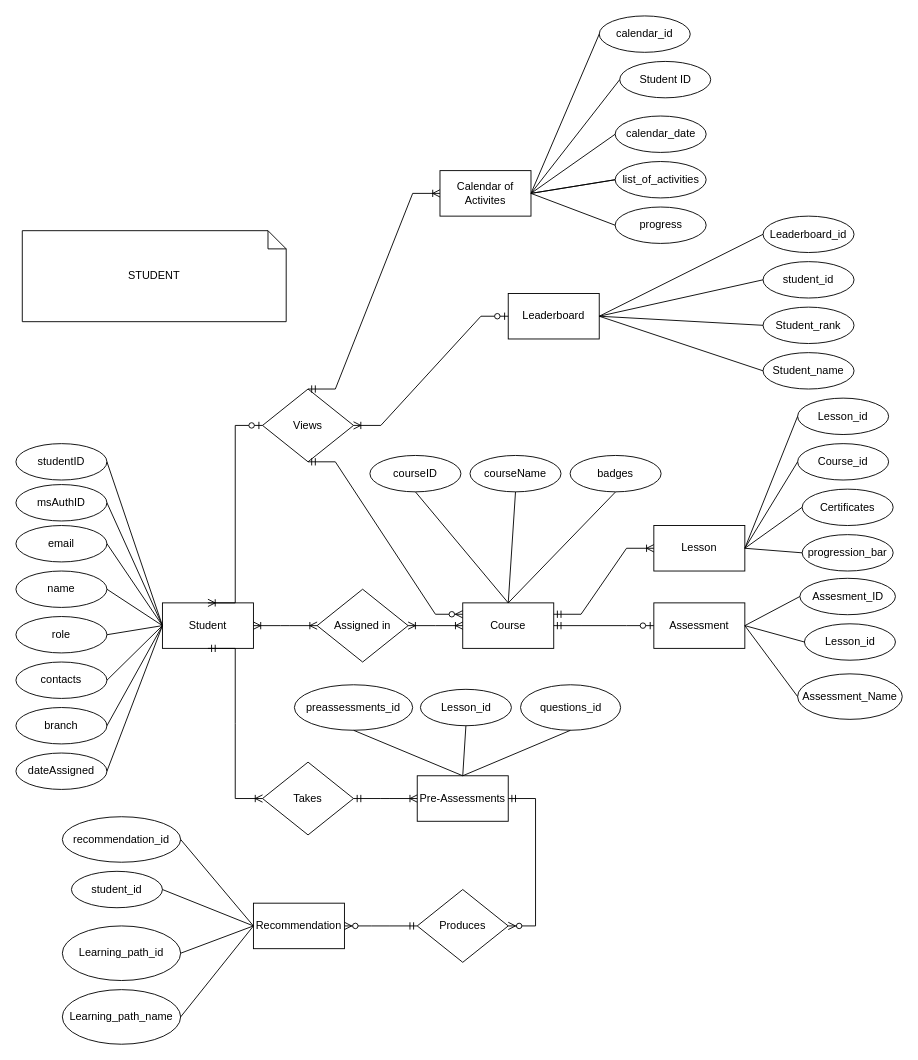
Earlier version of the draw.io diagram page "Page-3" (1 of 3) of SL-Activities/Task121/.drawio (rnrhltn/javanc3uc1). Source tidied: cells renumbered, new cells numbered last; positions are measured from the earlier drawing's top-left corner, leaving out a move shared by most shapes. Both pictures are drawn from the tidied source at 91%, with x=0, y=0 at pixel (15, 15).
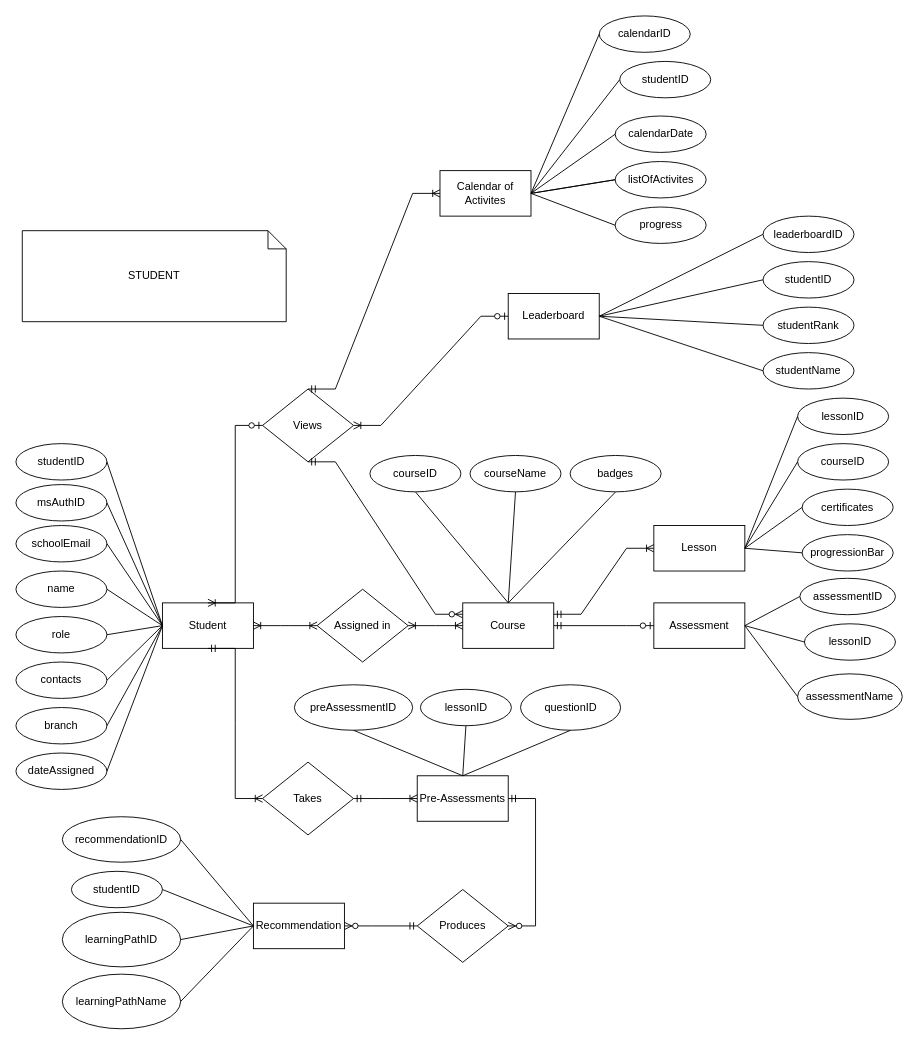
After the change.

What changed in the source:
```diff
@@
-    <mxCell id="5" value="email" style="ellipse;whiteSpace=wrap;html=1;align=center;" parent="1" vertex="1">
+    <mxCell id="5" value="schoolEmail" style="ellipse;whiteSpace=wrap;html=1;align=center;" parent="1" vertex="1">
       <mxGeometry y="560" width="100" height="40" as="geometry" />
     </mxCell>
@@
-    <mxCell id="34" value="Assesment_ID" style="ellipse;whiteSpace=wrap;html=1;align=center;" parent="1" vertex="1">
+    <mxCell id="34" value="assessmentID" style="ellipse;whiteSpace=wrap;html=1;align=center;" parent="1" vertex="1">
       <mxGeometry x="861.5" y="618" width="105" height="40" as="geometry" />
     </mxCell>
-    <mxCell id="35" value="Assessment_Name" style="ellipse;whiteSpace=wrap;html=1;align=center;" parent="1" vertex="1">
+    <mxCell id="35" value="assessmentName" style="ellipse;whiteSpace=wrap;html=1;align=center;" parent="1" vertex="1">
       <mxGeometry x="859" y="723" width="115" height="50" as="geometry" />
     </mxCell>
@@
-    <mxCell id="42" value="Learning_path_name" style="ellipse;whiteSpace=wrap;html=1;align=center;" parent="1" vertex="1">
-      <mxGeometry x="51" y="1070" width="130" height="60" as="geometry" />
+    <mxCell id="42" value="learningPathName" style="ellipse;whiteSpace=wrap;html=1;align=center;" parent="1" vertex="1">
+      <mxGeometry x="51" y="1053" width="130" height="60" as="geometry" />
     </mxCell>
-    <mxCell id="43" value="recommendation_id" style="ellipse;whiteSpace=wrap;html=1;align=center;" parent="1" vertex="1">
+    <mxCell id="43" value="recommendationID" style="ellipse;whiteSpace=wrap;html=1;align=center;" parent="1" vertex="1">
       <mxGeometry x="51" y="880" width="130" height="50" as="geometry" />
     </mxCell>
@@
-    <mxCell id="48" value="Certificates" style="ellipse;whiteSpace=wrap;html=1;align=center;" parent="1" vertex="1">
+    <mxCell id="48" value="certificates" style="ellipse;whiteSpace=wrap;html=1;align=center;" parent="1" vertex="1">
       <mxGeometry x="864" y="520" width="100" height="40" as="geometry" />
     </mxCell>
-    <mxCell id="49" value="Lesson_id" style="ellipse;whiteSpace=wrap;html=1;align=center;" parent="1" vertex="1">
+    <mxCell id="49" value="lessonID" style="ellipse;whiteSpace=wrap;html=1;align=center;" parent="1" vertex="1">
       <mxGeometry x="859" y="420" width="100" height="40" as="geometry" />
     </mxCell>
@@
-    <mxCell id="57" value="Student_rank" style="ellipse;whiteSpace=wrap;html=1;align=center;" parent="1" vertex="1">
+    <mxCell id="57" value="studentRank" style="ellipse;whiteSpace=wrap;html=1;align=center;" parent="1" vertex="1">
       <mxGeometry x="821" y="320" width="100" height="40" as="geometry" />
     </mxCell>
-    <mxCell id="58" value="Student_name" style="ellipse;whiteSpace=wrap;html=1;align=center;" parent="1" vertex="1">
+    <mxCell id="58" value="studentName" style="ellipse;whiteSpace=wrap;html=1;align=center;" parent="1" vertex="1">
       <mxGeometry x="821" y="370" width="100" height="40" as="geometry" />
     </mxCell>
-    <mxCell id="59" value="student_id" style="ellipse;whiteSpace=wrap;html=1;align=center;" parent="1" vertex="1">
+    <mxCell id="59" value="studentID" style="ellipse;whiteSpace=wrap;html=1;align=center;" parent="1" vertex="1">
       <mxGeometry x="821" y="270" width="100" height="40" as="geometry" />
     </mxCell>
@@
-    <mxCell id="64" value="calendar_date" style="ellipse;whiteSpace=wrap;html=1;align=center;" parent="1" vertex="1">
+    <mxCell id="64" value="calendarDate" style="ellipse;whiteSpace=wrap;html=1;align=center;" parent="1" vertex="1">
       <mxGeometry x="658.5" y="110" width="100" height="40" as="geometry" />
     </mxCell>
@@
-    <mxCell id="70" value="progression_bar" style="ellipse;whiteSpace=wrap;html=1;align=center;" parent="1" vertex="1">
+    <mxCell id="70" value="progressionBar" style="ellipse;whiteSpace=wrap;html=1;align=center;" parent="1" vertex="1">
       <mxGeometry x="864" y="570" width="100" height="40" as="geometry" />
     </mxCell>
@@
-    <mxCell id="73" value="list_of_activities" style="ellipse;whiteSpace=wrap;html=1;align=center;" parent="1" vertex="1">
+    <mxCell id="73" value="listOfActivites" style="ellipse;whiteSpace=wrap;html=1;align=center;" parent="1" vertex="1">
       <mxGeometry x="658.5" y="160" width="100" height="40" as="geometry" />
     </mxCell>
-    <mxCell id="74" value="preassessments_id" style="ellipse;whiteSpace=wrap;html=1;align=center;" parent="1" vertex="1">
+    <mxCell id="74" value="preAssessmentID" style="ellipse;whiteSpace=wrap;html=1;align=center;" parent="1" vertex="1">
       <mxGeometry x="306" y="735" width="130" height="50" as="geometry" />
     </mxCell>
@@
-    <mxCell id="76" value="Course_id" style="ellipse;whiteSpace=wrap;html=1;align=center;" parent="1" vertex="1">
+    <mxCell id="76" value="courseID" style="ellipse;whiteSpace=wrap;html=1;align=center;" parent="1" vertex="1">
       <mxGeometry x="859" y="470" width="100" height="40" as="geometry" />
     </mxCell>
-    <mxCell id="77" value="Student ID" style="ellipse;whiteSpace=wrap;html=1;align=center;" parent="1" vertex="1">
+    <mxCell id="77" value="studentID" style="ellipse;whiteSpace=wrap;html=1;align=center;" parent="1" vertex="1">
       <mxGeometry x="663.5" y="50" width="100" height="40" as="geometry" />
     </mxCell>
@@
-    <mxCell id="79" value="calendar_id" style="ellipse;whiteSpace=wrap;html=1;align=center;" parent="1" vertex="1">
+    <mxCell id="79" value="calendarID" style="ellipse;whiteSpace=wrap;html=1;align=center;" parent="1" vertex="1">
       <mxGeometry x="641" width="100" height="40" as="geometry" />
     </mxCell>
@@
-    <mxCell id="81" value="Leaderboard_id" style="ellipse;whiteSpace=wrap;html=1;align=center;" parent="1" vertex="1">
+    <mxCell id="81" value="leaderboardID" style="ellipse;whiteSpace=wrap;html=1;align=center;" parent="1" vertex="1">
       <mxGeometry x="821" y="220" width="100" height="40" as="geometry" />
     </mxCell>
@@
-    <mxCell id="86" value="Lesson_id" style="ellipse;whiteSpace=wrap;html=1;align=center;" parent="1" vertex="1">
+    <mxCell id="86" value="lessonID" style="ellipse;whiteSpace=wrap;html=1;align=center;" parent="1" vertex="1">
       <mxGeometry x="866.5" y="668" width="100" height="40" as="geometry" />
     </mxCell>
@@
-    <mxCell id="89" value="Lesson_id" style="ellipse;whiteSpace=wrap;html=1;align=center;" parent="1" vertex="1">
+    <mxCell id="89" value="lessonID" style="ellipse;whiteSpace=wrap;html=1;align=center;" parent="1" vertex="1">
       <mxGeometry x="444.5" y="740" width="100" height="40" as="geometry" />
     </mxCell>
-    <mxCell id="90" value="questions_id" style="ellipse;whiteSpace=wrap;html=1;align=center;" parent="1" vertex="1">
+    <mxCell id="90" value="questionID" style="ellipse;whiteSpace=wrap;html=1;align=center;" parent="1" vertex="1">
       <mxGeometry x="554.5" y="735" width="110" height="50" as="geometry" />
     </mxCell>
@@
-    <mxCell id="93" value="student_id" style="ellipse;whiteSpace=wrap;html=1;align=center;" parent="1" vertex="1">
+    <mxCell id="93" value="studentID" style="ellipse;whiteSpace=wrap;html=1;align=center;" parent="1" vertex="1">
       <mxGeometry x="61" y="940" width="100" height="40" as="geometry" />
     </mxCell>
@@
-    <mxCell id="95" value="Learning_path_id" style="ellipse;whiteSpace=wrap;html=1;align=center;" parent="1" vertex="1">
-      <mxGeometry x="51" y="1000" width="130" height="60" as="geometry" />
+    <mxCell id="95" value="learningPathID" style="ellipse;whiteSpace=wrap;html=1;align=center;" parent="1" vertex="1">
+      <mxGeometry x="51" y="985" width="130" height="60" as="geometry" />
     </mxCell>
```
